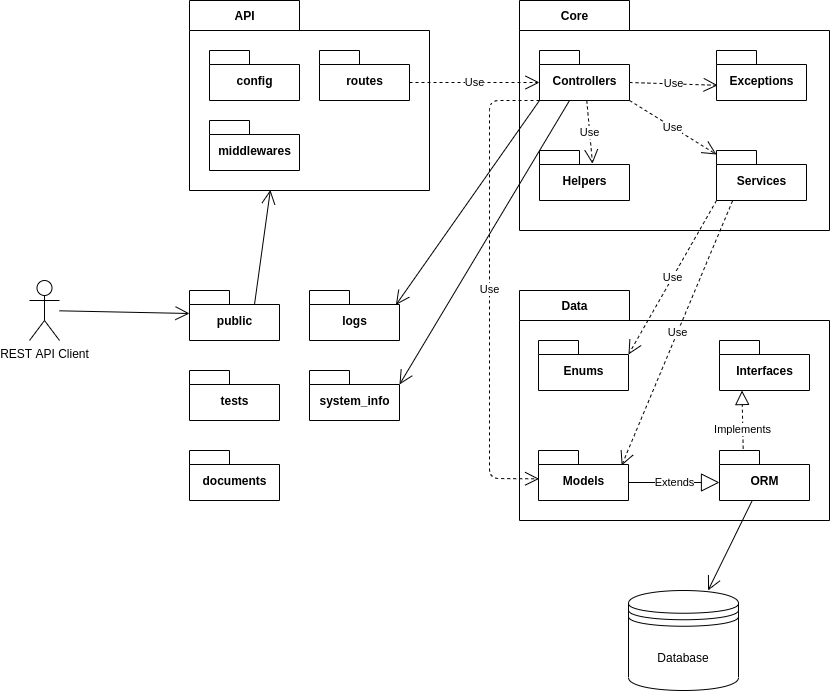
Above: documents/architecture.png in julianobressan/atcm (draw.io), before the change. Source tidied: cells renumbered, new cells last; positions are measured from the earlier drawing's top-left corner, leaving out a move shared by most shapes.
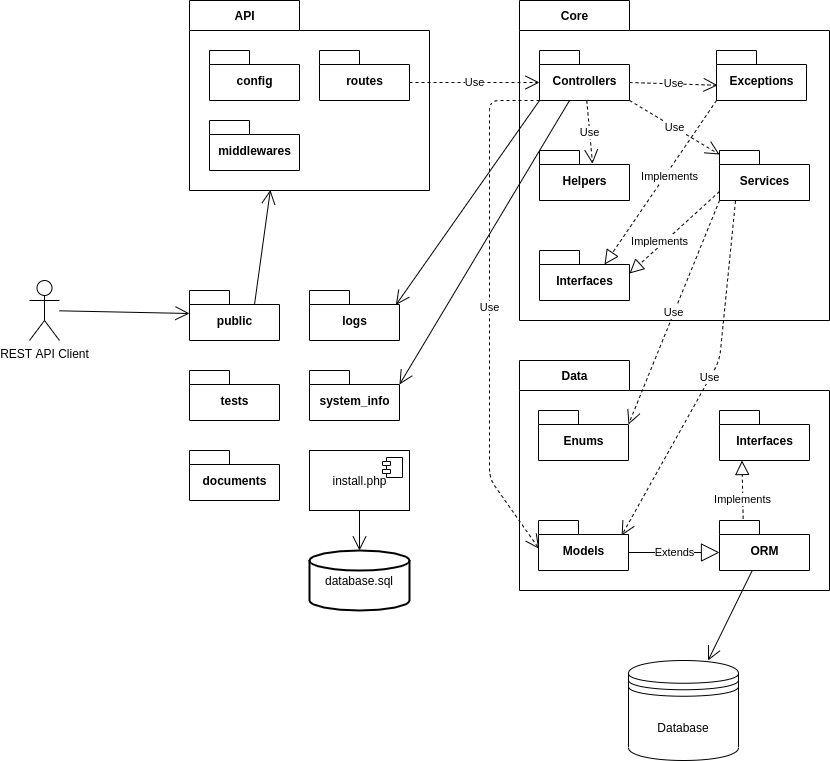
Above is the later version.

Change to the diagram source:
```diff
@@ -18,7 +18,7 @@
       <mxGeometry x="20" y="120" width="90" height="50" as="geometry" />
     </mxCell>
     <mxCell id="7" value="Core" style="shape=folder;fontStyle=1;tabWidth=110;tabHeight=30;tabPosition=left;html=1;boundedLbl=1;labelInHeader=1;" parent="1" vertex="1">
-      <mxGeometry x="490" width="310" height="230" as="geometry" />
+      <mxGeometry x="490" width="310" height="320" as="geometry" />
     </mxCell>
     <mxCell id="8" value="Controllers" style="shape=folder;fontStyle=1;spacingTop=10;tabWidth=40;tabHeight=14;tabPosition=left;html=1;" parent="1" vertex="1">
       <mxGeometry x="510" y="50" width="90" height="50" as="geometry" />
@@ -30,7 +30,7 @@
       <mxGeometry x="510" y="150" width="90" height="50" as="geometry" />
     </mxCell>
     <mxCell id="11" value="Services" style="shape=folder;fontStyle=1;spacingTop=10;tabWidth=40;tabHeight=14;tabPosition=left;html=1;" parent="1" vertex="1">
-      <mxGeometry x="687" y="150" width="90" height="50" as="geometry" />
+      <mxGeometry x="690" y="150" width="90" height="50" as="geometry" />
     </mxCell>
     <mxCell id="12" value="Use" style="endArrow=open;endSize=12;dashed=1;html=1;exitX=0;exitY=0;exitDx=90;exitDy=32;exitPerimeter=0;entryX=0;entryY=0;entryDx=0;entryDy=32;entryPerimeter=0;" parent="1" edge="1" source="5" target="8">
       <mxGeometry relative="1" as="geometry" />
@@ -45,19 +45,19 @@
       <mxGeometry relative="1" as="geometry" />
     </mxCell>
     <mxCell id="16" value="Data" style="shape=folder;fontStyle=1;tabWidth=110;tabHeight=30;tabPosition=left;html=1;boundedLbl=1;labelInHeader=1;" parent="1" vertex="1">
-      <mxGeometry x="490" y="290" width="310" height="230" as="geometry" />
+      <mxGeometry x="490" y="360" width="310" height="230" as="geometry" />
     </mxCell>
     <mxCell id="17" value="Enums" style="shape=folder;fontStyle=1;spacingTop=10;tabWidth=40;tabHeight=14;tabPosition=left;html=1;" parent="1" vertex="1">
-      <mxGeometry x="509" y="340" width="90" height="50" as="geometry" />
+      <mxGeometry x="509" y="410" width="90" height="50" as="geometry" />
     </mxCell>
     <mxCell id="18" value="Interfaces" style="shape=folder;fontStyle=1;spacingTop=10;tabWidth=40;tabHeight=14;tabPosition=left;html=1;" parent="1" vertex="1">
-      <mxGeometry x="690" y="340" width="90" height="50" as="geometry" />
+      <mxGeometry x="690" y="410" width="90" height="50" as="geometry" />
     </mxCell>
     <mxCell id="19" value="Models" style="shape=folder;fontStyle=1;spacingTop=10;tabWidth=40;tabHeight=14;tabPosition=left;html=1;" parent="1" vertex="1">
-      <mxGeometry x="509" y="450" width="90" height="50" as="geometry" />
+      <mxGeometry x="509" y="520" width="90" height="50" as="geometry" />
     </mxCell>
     <mxCell id="20" value="ORM" style="shape=folder;fontStyle=1;spacingTop=10;tabWidth=40;tabHeight=14;tabPosition=left;html=1;" parent="1" vertex="1">
-      <mxGeometry x="690" y="450" width="90" height="50" as="geometry" />
+      <mxGeometry x="690" y="520" width="90" height="50" as="geometry" />
     </mxCell>
     <mxCell id="21" value="Extends" style="endArrow=block;endSize=16;endFill=0;html=1;entryX=0;entryY=0;entryDx=0;entryDy=32;entryPerimeter=0;exitX=0;exitY=0;exitDx=90;exitDy=32;exitPerimeter=0;" parent="1" edge="1" source="19" target="20">
       <mxGeometry relative="1" as="geometry" />
@@ -77,7 +77,11 @@
       </mxGeometry>
     </mxCell>
     <mxCell id="25" value="Use" style="endArrow=open;endSize=12;dashed=1;html=1;entryX=0.924;entryY=0.3;entryDx=0;entryDy=0;entryPerimeter=0;exitX=0.178;exitY=1.009;exitDx=0;exitDy=0;exitPerimeter=0;" parent="1" edge="1" source="11" target="19">
-      <mxGeometry relative="1" as="geometry" />
+      <mxGeometry relative="1" as="geometry">
+        <Array as="points">
+          <mxPoint x="690" y="360" />
+        </Array>
+      </mxGeometry>
     </mxCell>
     <mxCell id="26" value="Use" style="endArrow=open;endSize=12;dashed=1;html=1;entryX=0;entryY=0;entryDx=90;entryDy=14;entryPerimeter=0;exitX=0;exitY=0;exitDx=0;exitDy=50;exitPerimeter=0;" parent="1" edge="1" source="11" target="17">
       <mxGeometry relative="1" as="geometry" />
@@ -89,7 +93,7 @@
       <mxGeometry relative="1" as="geometry" />
     </mxCell>
     <mxCell id="29" value="Database" style="shape=datastore;whiteSpace=wrap;html=1;" parent="1" vertex="1">
-      <mxGeometry x="599" y="590" width="110" height="100" as="geometry" />
+      <mxGeometry x="599" y="660" width="110" height="100" as="geometry" />
     </mxCell>
     <mxCell id="30" style="endArrow=open;endFill=1;endSize=12;html=1;" parent="1" edge="1" source="20" target="29">
       <mxGeometry relative="1" as="geometry" />
@@ -118,5 +122,40 @@
     <mxCell id="38" style="endArrow=open;endFill=1;endSize=12;html=1;entryX=0.337;entryY=0.997;entryDx=0;entryDy=0;entryPerimeter=0;exitX=0;exitY=0;exitDx=65;exitDy=14;exitPerimeter=0;" parent="1" edge="1" source="31" target="3">
       <mxGeometry relative="1" as="geometry" />
     </mxCell>
+    <mxCell id="39" value="Interfaces" style="shape=folder;fontStyle=1;spacingTop=10;tabWidth=40;tabHeight=14;tabPosition=left;html=1;" parent="1" vertex="1">
+      <mxGeometry x="510" y="250" width="90" height="50" as="geometry" />
+    </mxCell>
+    <mxCell id="40" style="endArrow=block;dashed=1;endFill=0;endSize=12;html=1;entryX=0;entryY=0;entryDx=90;entryDy=23;entryPerimeter=0;exitX=0;exitY=0;exitDx=0;exitDy=41;exitPerimeter=0;" parent="1" edge="1" source="11" target="39">
+      <mxGeometry relative="1" as="geometry" />
+    </mxCell>
+    <mxCell id="41" value="Implements" style="edgeLabel;html=1;align=center;verticalAlign=middle;" parent="40" vertex="1">
+      <mxGeometry x="-0.3" y="1" relative="1" as="geometry">
+        <mxPoint x="-29.1" y="19.5" as="offset" />
+      </mxGeometry>
+    </mxCell>
+    <mxCell id="42" value="&lt;br&gt;&lt;br&gt;&lt;br&gt;&lt;br&gt;&lt;br&gt;&lt;br&gt;&lt;br&gt;&lt;br&gt;&lt;br&gt;&lt;br&gt;&lt;br&gt;&lt;br&gt;&lt;br&gt;&lt;br&gt;&lt;br&gt;&lt;br&gt;&lt;br&gt;&lt;br&gt;&lt;br&gt;&lt;br&gt;&lt;br&gt;&lt;br&gt;" style="endArrow=block;dashed=1;endFill=0;endSize=12;html=1;entryX=0;entryY=0;entryDx=65;entryDy=14;entryPerimeter=0;exitX=0;exitY=0;exitDx=0;exitDy=50;exitPerimeter=0;" parent="1" edge="1" source="9" target="39">
+      <mxGeometry relative="1" as="geometry" />
+    </mxCell>
+    <mxCell id="43" value="Implements" style="edgeLabel;html=1;align=center;verticalAlign=middle;" parent="42" vertex="1">
+      <mxGeometry x="-0.3" y="1" relative="1" as="geometry">
+        <mxPoint x="-8.5" y="16.9" as="offset" />
+      </mxGeometry>
+    </mxCell>
+    <mxCell id="44" value="install.php" style="html=1;" parent="1" vertex="1">
+      <mxGeometry x="280" y="450" width="100" height="60" as="geometry" />
+    </mxCell>
+    <mxCell id="45" style="shape=module;jettyWidth=8;jettyHeight=4;" parent="44" vertex="1">
+      <mxGeometry x="1" width="20" height="20" relative="1" as="geometry">
+        <mxPoint x="-27" y="7" as="offset" />
+      </mxGeometry>
+    </mxCell>
+    <mxCell id="46" style="endArrow=open;endFill=1;endSize=12;html=1;entryX=0.5;entryY=0;entryDx=0;entryDy=0;exitX=0.5;exitY=1;exitDx=0;exitDy=0;" parent="1" edge="1" source="44">
+      <mxGeometry relative="1" as="geometry">
+        <mxPoint x="330" y="550" as="targetPoint" />
+      </mxGeometry>
+    </mxCell>
+    <mxCell id="47" value="database.sql" style="strokeWidth=2;html=1;shape=mxgraph.flowchart.database;whiteSpace=wrap;" parent="1" vertex="1">
+      <mxGeometry x="280" y="550" width="100" height="60" as="geometry" />
+    </mxCell>
   </root>
 </mxGraphModel>
```
